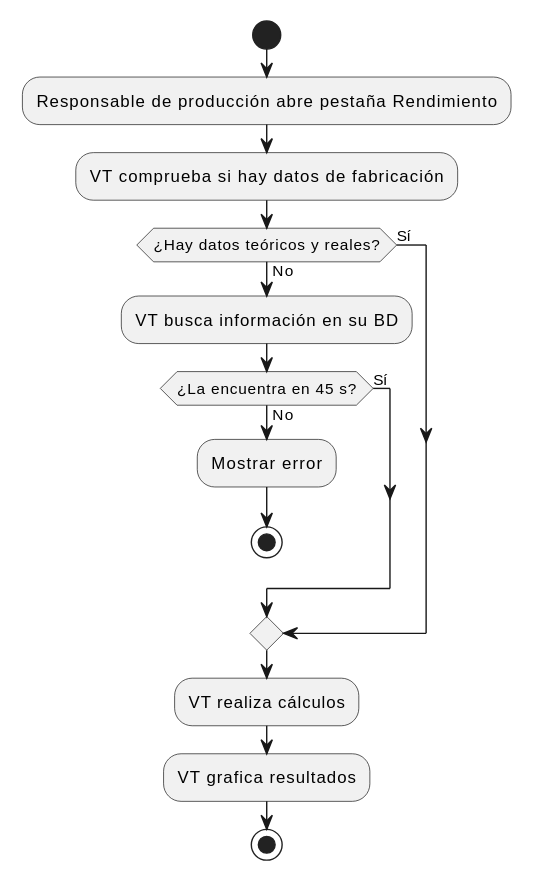
This is Estudiantes/pablo-perez.martinez/Capitulo2/imagenes/diagramaDeActividad.svg from pablopeerezm/GII-TFG-2026, a PlantUML export, as it was before one commit. The source it was exported from:
```plantuml
@startuml
start

:Responsable de producción abre pestaña Rendimiento;
:VT comprueba si hay datos de fabricación;

if (¿Hay datos teóricos y reales?) then (Sí)

else (No)
  :VT busca información en su BD;

  if (¿La encuentra en 45 s?) then (Sí)

  else (No)
    :Mostrar error;
    stop
  endif
endif

:VT realiza cálculos;
:VT grafica resultados;

stop
@enduml
```
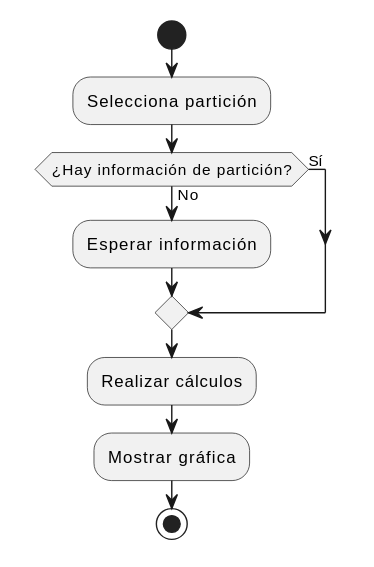
Later version of the same file.

Change to the diagram source:
```diff
@@ -1,24 +1,17 @@
 @startuml
 start
 
-:Responsable de producción abre pestaña Rendimiento;
-:VT comprueba si hay datos de fabricación;
+:Selecciona partición;
 
-if (¿Hay datos teóricos y reales?) then (Sí)
+if (¿Hay información de partición?) then (Sí)
 
 else (No)
-  :VT busca información en su BD;
+  :Esperar información;
 
-  if (¿La encuentra en 45 s?) then (Sí)
-
-  else (No)
-    :Mostrar error;
-    stop
-  endif
 endif
 
-:VT realiza cálculos;
-:VT grafica resultados;
+:Realizar cálculos;
+:Mostrar gráfica;
 
 stop
 @enduml
```
